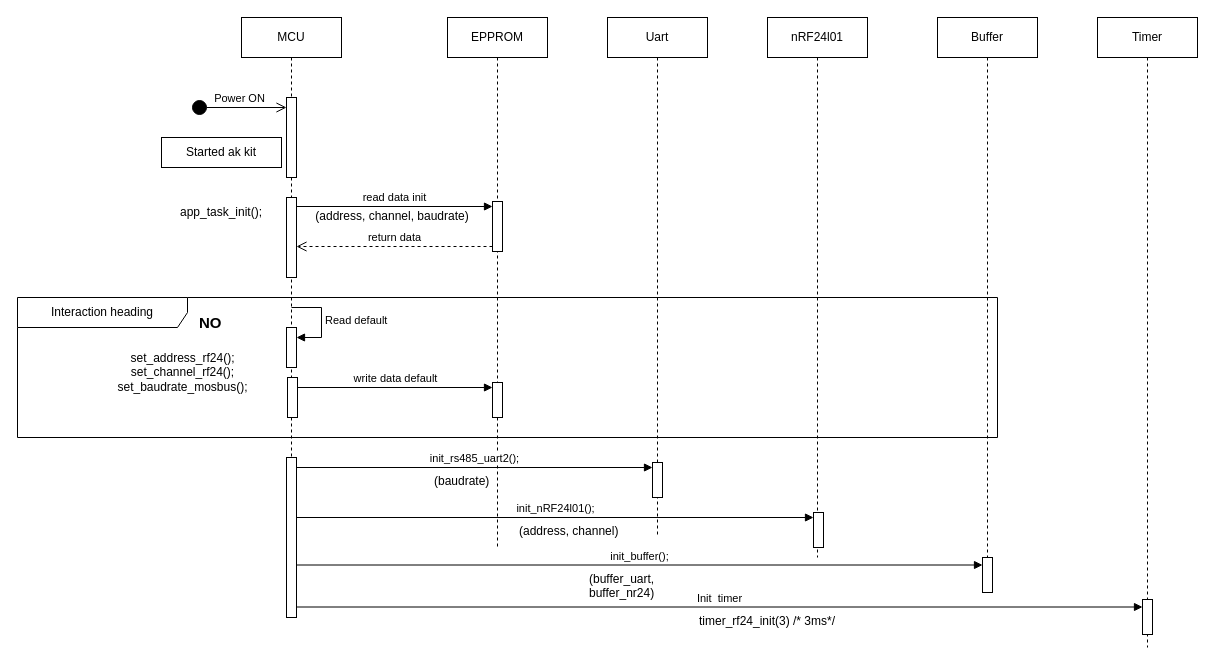
Above: page "init_data_on_flash" (1 of 4) of Sequence_wireless_rs485.drawio in QuocBuu/drawio (draw.io), before the change. Source tidied: cells renumbered, new cells numbered last; positions are measured from the earlier drawing's top-left corner, leaving out a move shared by most shapes. Both pictures are drawn from the tidied source at 100%, with x=0, y=0 at pixel (17, 17).
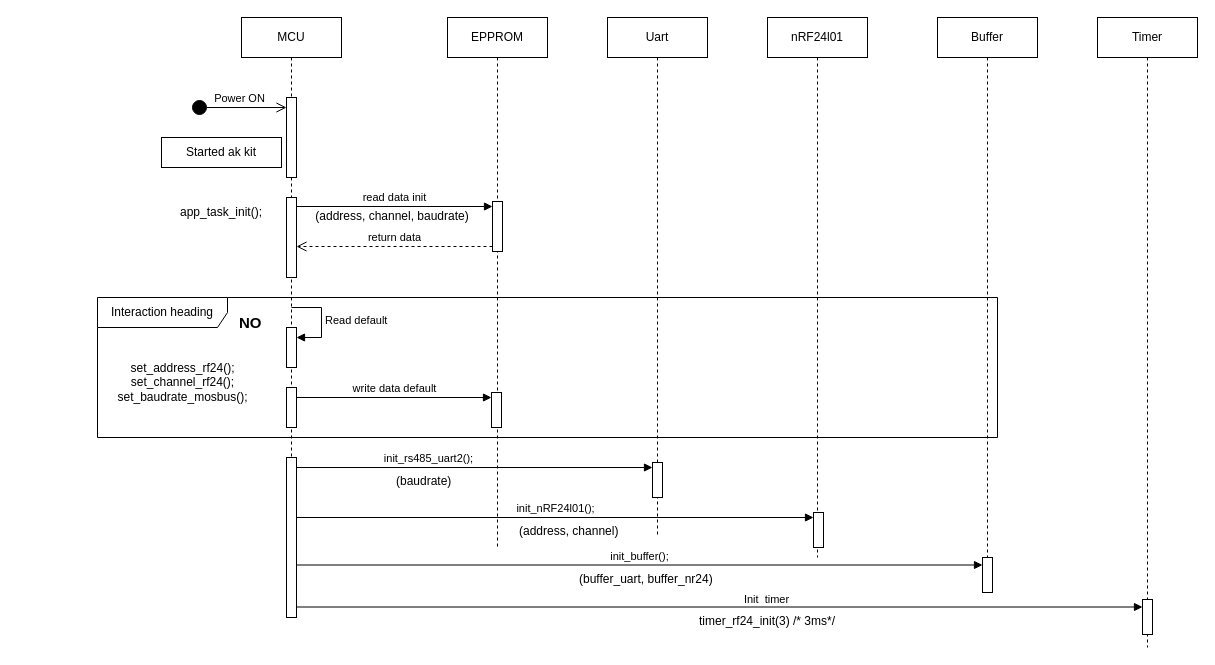
The same page after the edit.

The change refers to these unchanged cells:
```xml
<mxCell id="7" style="html=1;points=[[0,0,0,0,5],[0,1,0,0,-5],[1,0,0,0,5],[1,1,0,0,-5]];perimeter=orthogonalPerimeter;outlineConnect=0;targetShapes=umlLifeline;portConstraint=eastwest;newEdgeStyle={&quot;curved&quot;:0,&quot;rounded&quot;:0};" parent="2" vertex="1">
  <mxGeometry x="45" y="440" width="10" height="160" as="geometry" />
</mxCell>
<mxCell id="10" style="html=1;points=[[0,0,0,0,5],[0,1,0,0,-5],[1,0,0,0,5],[1,1,0,0,-5]];perimeter=orthogonalPerimeter;outlineConnect=0;targetShapes=umlLifeline;portConstraint=eastwest;newEdgeStyle={&quot;curved&quot;:0,&quot;rounded&quot;:0};" parent="9" vertex="1">
  <mxGeometry x="45" y="445" width="10" height="35" as="geometry" />
</mxCell>
```

What changed in the source:
```diff
@@
-    <mxCell id="20" value="Interaction heading" style="shape=umlFrame;whiteSpace=wrap;html=1;width=170;" parent="1" vertex="1">
-      <mxGeometry y="280" width="980" height="140" as="geometry" />
-    </mxCell>
-    <mxCell id="21" value="&lt;b&gt;&lt;font style=&quot;font-size: 15px;&quot;&gt;NO&lt;/font&gt;&lt;/b&gt;" style="text;html=1;" parent="20" vertex="1">
-      <mxGeometry width="30" height="20" relative="1" as="geometry">
-        <mxPoint x="180" y="10" as="offset" />
-      </mxGeometry>
-    </mxCell>
-    <mxCell id="22" style="html=1;points=[[0,0,0,0,5],[0,1,0,0,-5],[1,0,0,0,5],[1,1,0,0,-5]];perimeter=orthogonalPerimeter;outlineConnect=0;targetShapes=umlLifeline;portConstraint=eastwest;newEdgeStyle={&quot;curved&quot;:0,&quot;rounded&quot;:0};" parent="20" vertex="1">
-      <mxGeometry x="270" y="80" width="10" height="40" as="geometry" />
-    </mxCell>
-    <mxCell id="23" style="html=1;points=[[0,0,0,0,5],[0,1,0,0,-5],[1,0,0,0,5],[1,1,0,0,-5]];perimeter=orthogonalPerimeter;outlineConnect=0;targetShapes=umlLifeline;portConstraint=eastwest;newEdgeStyle={&quot;curved&quot;:0,&quot;rounded&quot;:0};" parent="20" vertex="1">
-      <mxGeometry x="475" y="85" width="10" height="35" as="geometry" />
-    </mxCell>
-    <mxCell id="24" value="write data default" style="html=1;verticalAlign=bottom;endArrow=block;curved=0;rounded=0;entryX=0;entryY=0;entryDx=0;entryDy=5;" parent="20" edge="1" source="22" target="23">
-      <mxGeometry relative="1" as="geometry" />
-    </mxCell>
-    <mxCell id="25" value="&lt;div&gt;set_address_rf24();&lt;/div&gt;&lt;div&gt;set_channel_rf24();&lt;/div&gt;&lt;div&gt;set_baudrate_mosbus();&lt;br&gt;&lt;/div&gt;" style="text;html=1;strokeColor=none;fillColor=none;align=center;verticalAlign=middle;whiteSpace=wrap;rounded=0;" parent="20" vertex="1">
-      <mxGeometry x="90" y="40" width="151" height="70" as="geometry" />
-    </mxCell>
     <mxCell id="26" value="&lt;div&gt;init_rs485_uart2();&lt;/div&gt;" style="html=1;verticalAlign=bottom;endArrow=block;curved=0;rounded=0;entryX=0;entryY=0;entryDx=0;entryDy=5;" parent="1" edge="1" target="10">
-      <mxGeometry relative="1" as="geometry">
+      <mxGeometry x="-0.26" relative="1" as="geometry">
         <mxPoint x="279" y="450" as="sourcePoint" />
       </mxGeometry>
     </mxCell>
@@
     <mxCell id="28" value="(baudrate)" style="text;whiteSpace=wrap;html=1;" parent="1" vertex="1">
-      <mxGeometry x="415" y="450" width="60" height="20" as="geometry" />
+      <mxGeometry x="377" y="450" width="60" height="20" as="geometry" />
     </mxCell>
@@
     <mxCell id="33" value="(buffer_uart, buffer_nr24)" style="text;whiteSpace=wrap;html=1;" parent="1" vertex="1">
-      <mxGeometry x="570" y="547.5" width="120" height="20" as="geometry" />
+      <mxGeometry x="560" y="547.5" width="140" height="20" as="geometry" />
     </mxCell>
@@
     <mxCell id="36" value="Init&amp;nbsp; timer " style="html=1;verticalAlign=bottom;endArrow=block;curved=0;rounded=0;entryX=0;entryY=0;entryDx=0;entryDy=5;" parent="1" edge="1" source="7">
-      <mxGeometry relative="1" as="geometry">
+      <mxGeometry x="0.11" relative="1" as="geometry">
         <mxPoint x="1125" y="589.5" as="targetPoint" />
+        <mxPoint y="1" as="offset" />
       </mxGeometry>
     </mxCell>
@@
+    <mxCell id="20" value="Interaction heading" style="shape=umlFrame;whiteSpace=wrap;html=1;width=130;height=30;" parent="1" vertex="1">
+      <mxGeometry x="80" y="280" width="900" height="140" as="geometry" />
+    </mxCell>
+    <mxCell id="21" value="&lt;b&gt;&lt;font style=&quot;font-size: 15px;&quot;&gt;NO&lt;/font&gt;&lt;/b&gt;" style="text;html=1;" parent="20" vertex="1">
+      <mxGeometry width="30" height="20" relative="1" as="geometry">
+        <mxPoint x="140" y="10" as="offset" />
+      </mxGeometry>
+    </mxCell>
+    <mxCell id="38" style="html=1;points=[[0,0,0,0,5],[0,1,0,0,-5],[1,0,0,0,5],[1,1,0,0,-5]];perimeter=orthogonalPerimeter;outlineConnect=0;targetShapes=umlLifeline;portConstraint=eastwest;newEdgeStyle={&quot;curved&quot;:0,&quot;rounded&quot;:0};" parent="20" vertex="1">
+      <mxGeometry x="189" y="90" width="10" height="40" as="geometry" />
+    </mxCell>
+    <mxCell id="39" style="html=1;points=[[0,0,0,0,5],[0,1,0,0,-5],[1,0,0,0,5],[1,1,0,0,-5]];perimeter=orthogonalPerimeter;outlineConnect=0;targetShapes=umlLifeline;portConstraint=eastwest;newEdgeStyle={&quot;curved&quot;:0,&quot;rounded&quot;:0};" parent="20" vertex="1">
+      <mxGeometry x="394" y="95" width="10" height="35" as="geometry" />
+    </mxCell>
+    <mxCell id="24" value="write data default" style="html=1;verticalAlign=bottom;endArrow=block;curved=0;rounded=0;entryX=0;entryY=0;entryDx=0;entryDy=5;" parent="20" edge="1" source="38" target="39">
+      <mxGeometry relative="1" as="geometry" />
+    </mxCell>
+    <mxCell id="25" value="&lt;div&gt;set_address_rf24();&lt;/div&gt;&lt;div&gt;set_channel_rf24();&lt;/div&gt;&lt;div&gt;set_baudrate_mosbus();&lt;br&gt;&lt;/div&gt;" style="text;html=1;strokeColor=none;fillColor=none;align=center;verticalAlign=middle;whiteSpace=wrap;rounded=0;" parent="20" vertex="1">
+      <mxGeometry x="10" y="50" width="151" height="70" as="geometry" />
+    </mxCell>
```
